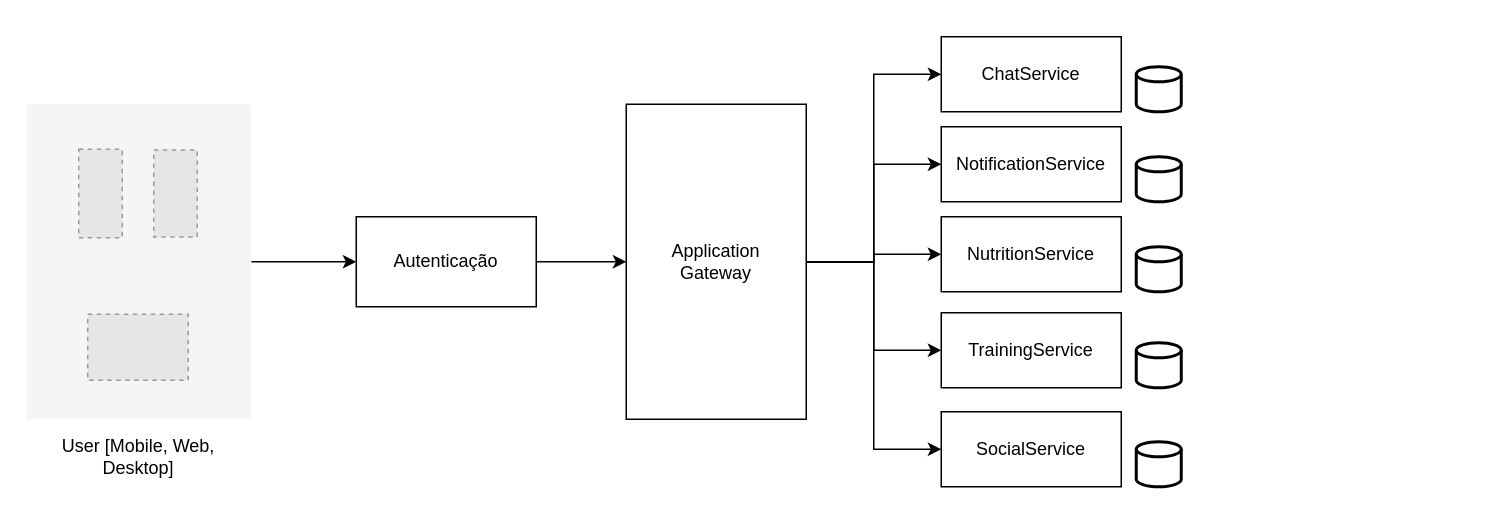
Before: page "Arquitetura da aplicação" (1 of 6) of Untitled Diagram.drawio in AlanEdward19/ShapeUp, a draw.io diagram. Source tidied: cells renumbered, new cells numbered last; positions are measured from the earlier drawing's top-left corner, leaving out a move shared by most shapes. Both pictures are drawn from the tidied source at 150%, with x=0, y=0 at pixel (26, 36). Pictures stored in the file or linked from it are replaced by grey dashed boxes.
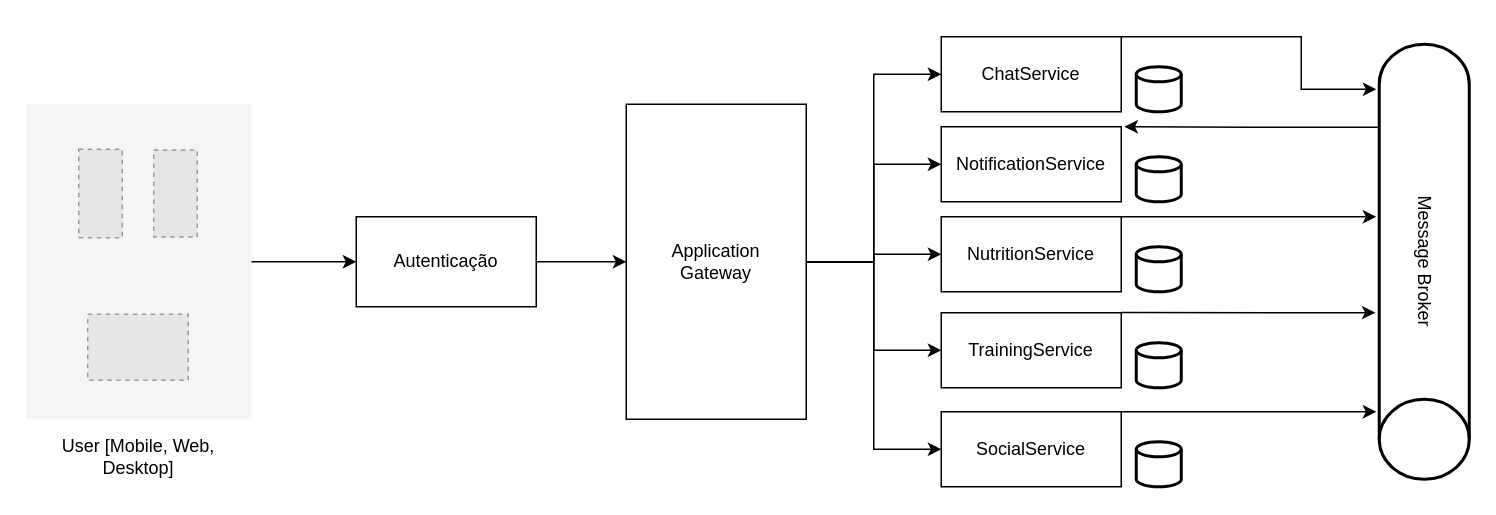
Above is the later version.

Unchanged cells that the change refers to:
```xml
<mxCell id="18" value="NotificationService" style="whiteSpace=wrap;html=1;" parent="17" vertex="1">
  <mxGeometry width="120" height="50" as="geometry" />
</mxCell>
<mxCell id="21" value="NutritionService" style="whiteSpace=wrap;html=1;" parent="20" vertex="1">
  <mxGeometry width="120" height="50" as="geometry" />
</mxCell>
<mxCell id="24" value="TrainingService" style="whiteSpace=wrap;html=1;" parent="23" vertex="1">
  <mxGeometry width="120" height="50" as="geometry" />
</mxCell>
<mxCell id="27" value="SocialService" style="whiteSpace=wrap;html=1;" parent="26" vertex="1">
  <mxGeometry width="120" height="50" as="geometry" />
</mxCell>
<mxCell id="30" value="ChatService" style="whiteSpace=wrap;html=1;" parent="29" vertex="1">
  <mxGeometry width="120" height="50" as="geometry" />
</mxCell>
```

Change to the diagram source:
```diff
@@
+    <mxCell id="32" style="edgeStyle=orthogonalEdgeStyle;rounded=0;jettySize=auto;html=1;entryX=1.018;entryY=-0.001;entryDx=0;entryDy=0;exitX=0.191;exitY=0.97;exitDx=0;exitDy=0;exitPerimeter=0;entryPerimeter=0;" parent="1" edge="1" source="33" target="18">
+      <mxGeometry relative="1" as="geometry">
+        <Array as="points">
+          <mxPoint x="816" y="60" />
+        </Array>
+      </mxGeometry>
+    </mxCell>
+    <mxCell id="33" value="Message Broker" style="strokeWidth=2;html=1;shape=mxgraph.flowchart.direct_data;whiteSpace=wrap;rotation=90;" parent="1" vertex="1">
+      <mxGeometry x="787" y="120" width="290" height="60" as="geometry" />
+    </mxCell>
+    <mxCell id="34" style="edgeStyle=orthogonalEdgeStyle;rounded=0;jettySize=auto;html=1;exitX=1;exitY=0;exitDx=0;exitDy=0;" parent="1" edge="1" source="30">
+      <mxGeometry relative="1" as="geometry">
+        <mxPoint x="900" y="35" as="targetPoint" />
+        <Array as="points">
+          <mxPoint x="850" />
+          <mxPoint x="850" y="35" />
+        </Array>
+      </mxGeometry>
+    </mxCell>
+    <mxCell id="35" style="edgeStyle=orthogonalEdgeStyle;rounded=0;jettySize=auto;html=1;exitX=1;exitY=0;exitDx=0;exitDy=0;" parent="1" edge="1" source="21">
+      <mxGeometry relative="1" as="geometry">
+        <mxPoint x="900" y="120" as="targetPoint" />
+        <Array as="points">
+          <mxPoint x="890" y="120" />
+          <mxPoint x="890" y="120" />
+        </Array>
+      </mxGeometry>
+    </mxCell>
+    <mxCell id="36" style="edgeStyle=orthogonalEdgeStyle;rounded=0;jettySize=auto;html=1;exitX=1;exitY=0;exitDx=0;exitDy=0;entryX=0.617;entryY=1.042;entryDx=0;entryDy=0;entryPerimeter=0;" parent="1" edge="1" source="24" target="33">
+      <mxGeometry relative="1" as="geometry">
+        <Array as="points">
+          <mxPoint x="900" y="184" />
+        </Array>
+      </mxGeometry>
+    </mxCell>
+    <mxCell id="37" style="edgeStyle=orthogonalEdgeStyle;rounded=0;jettySize=auto;html=1;exitX=1;exitY=0;exitDx=0;exitDy=0;" parent="1" edge="1" source="27">
+      <mxGeometry relative="1" as="geometry">
+        <mxPoint x="900" y="250" as="targetPoint" />
+        <Array as="points">
+          <mxPoint x="860" y="250" />
+          <mxPoint x="860" y="250" />
+        </Array>
+      </mxGeometry>
+    </mxCell>
```
